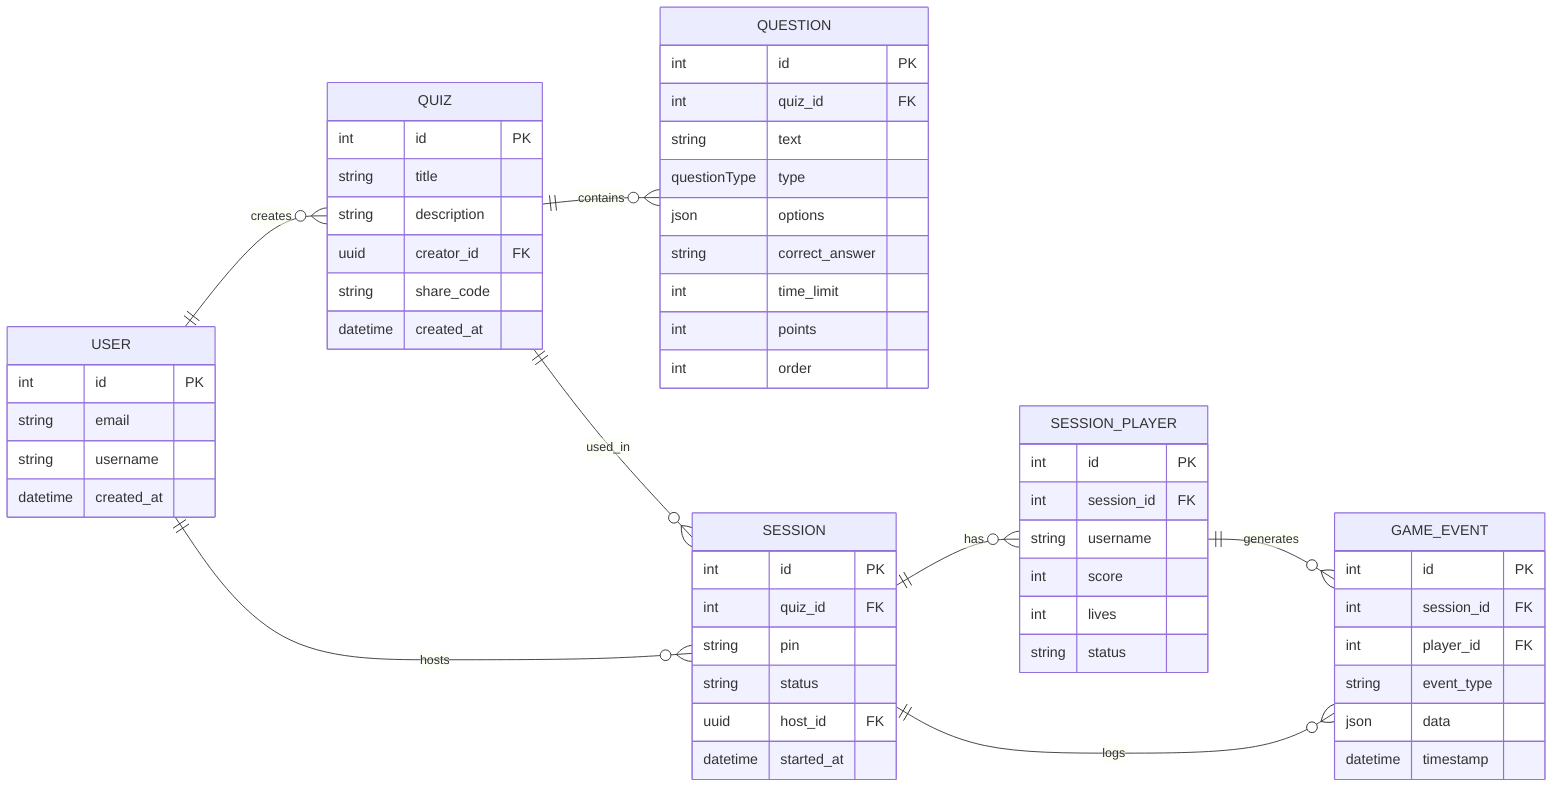
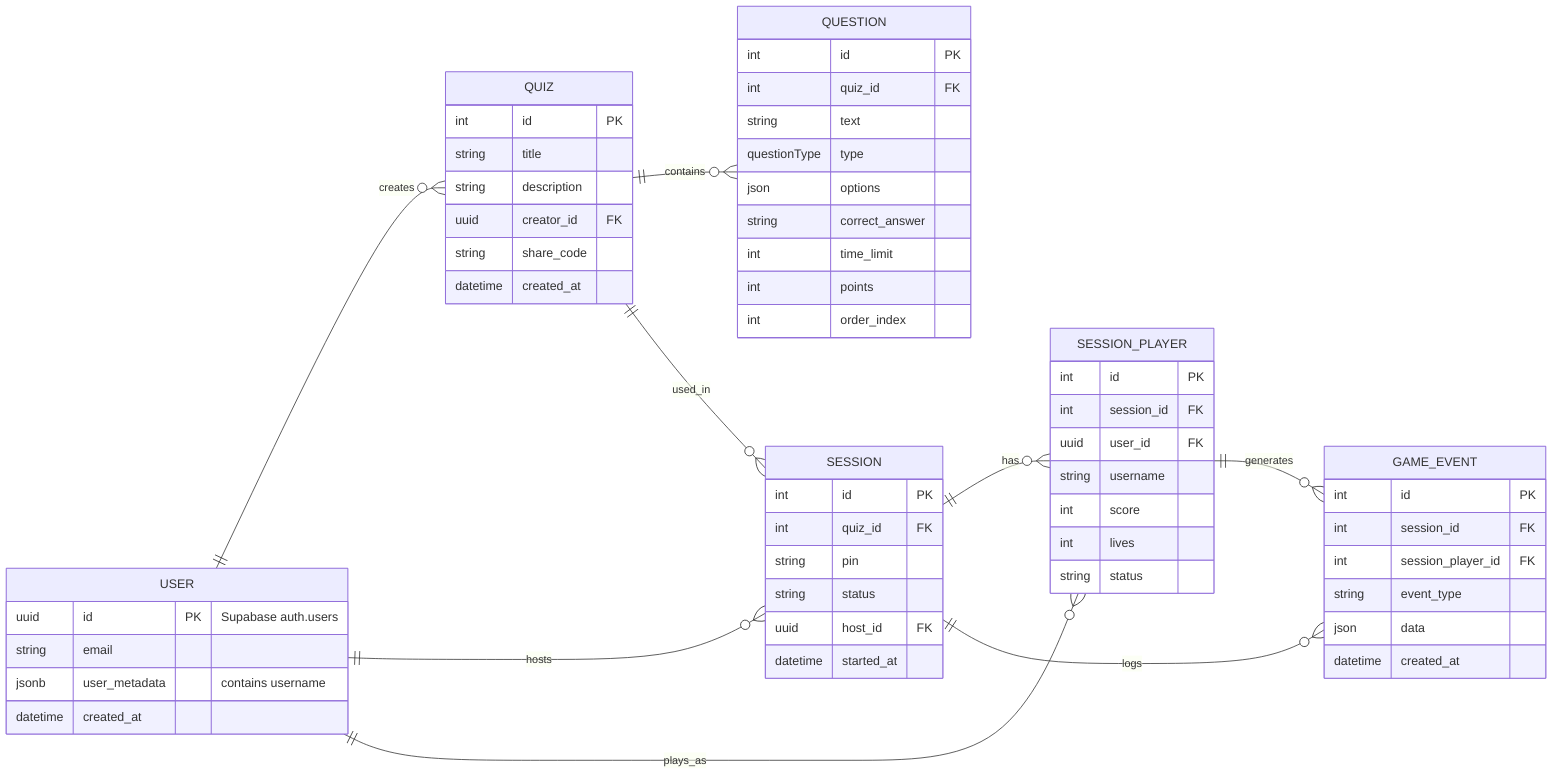
erDiagram
	direction LR
	USER {
- 		int id PK ""
+ 		uuid id PK "Supabase auth.users"
		string email  ""
- 		string username  ""
+ 		jsonb user_metadata  "contains username"
		datetime created_at  ""
	}

	QUIZ {
		int id PK ""
		string title  ""
		string description  ""
		uuid creator_id FK ""
		string share_code  ""
		datetime created_at  ""
	}

	QUESTION {
		int id PK ""
		int quiz_id FK ""
		string text  ""
		questionType type  ""
		json options  ""
		string correct_answer  ""
		int time_limit  ""
		int points  ""
- 		int order  ""
+ 		int order_index  ""
	}

	SESSION {
		int id PK ""
		int quiz_id FK ""
		string pin  ""
		string status  ""
		uuid host_id FK ""
		datetime started_at  ""
	}

	SESSION_PLAYER {
		int id PK ""
		int session_id FK ""
+ 		uuid user_id FK ""
		string username  ""
		int score  ""
		int lives  ""
		string status  ""
	}

	GAME_EVENT {
		int id PK ""
		int session_id FK ""
- 		int player_id FK ""
+ 		int session_player_id FK ""
		string event_type  ""
		json data  ""
- 		datetime timestamp  ""
+ 		datetime created_at  ""
	}

	USER||--o{QUIZ:"creates"
	QUIZ||--o{QUESTION:"contains"
	USER||--o{SESSION:"hosts"
	QUIZ||--o{SESSION:"used_in"
	SESSION||--o{SESSION_PLAYER:"has"
+ 	USER||--o{SESSION_PLAYER:"plays_as"
	SESSION_PLAYER||--o{GAME_EVENT:"generates"
	SESSION||--o{GAME_EVENT:"logs"
